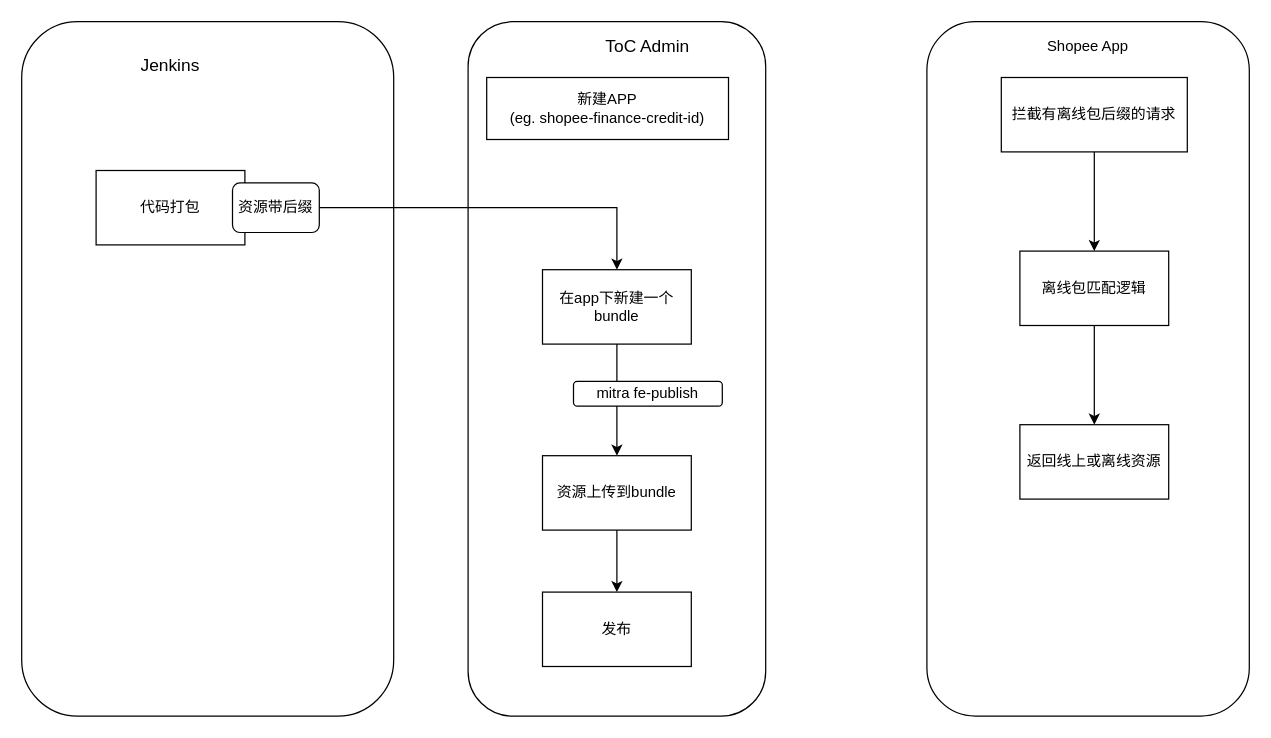
Earlier version of the draw.io diagram Untitled Diagram.drawio (landiy/ol_map_demo). Source tidied: cells renumbered, new cells numbered last; positions are measured from the earlier drawing's top-left corner, leaving out a move shared by most shapes. Both pictures are drawn from the tidied source at 124%, with x=0, y=0 at pixel (21, 21).
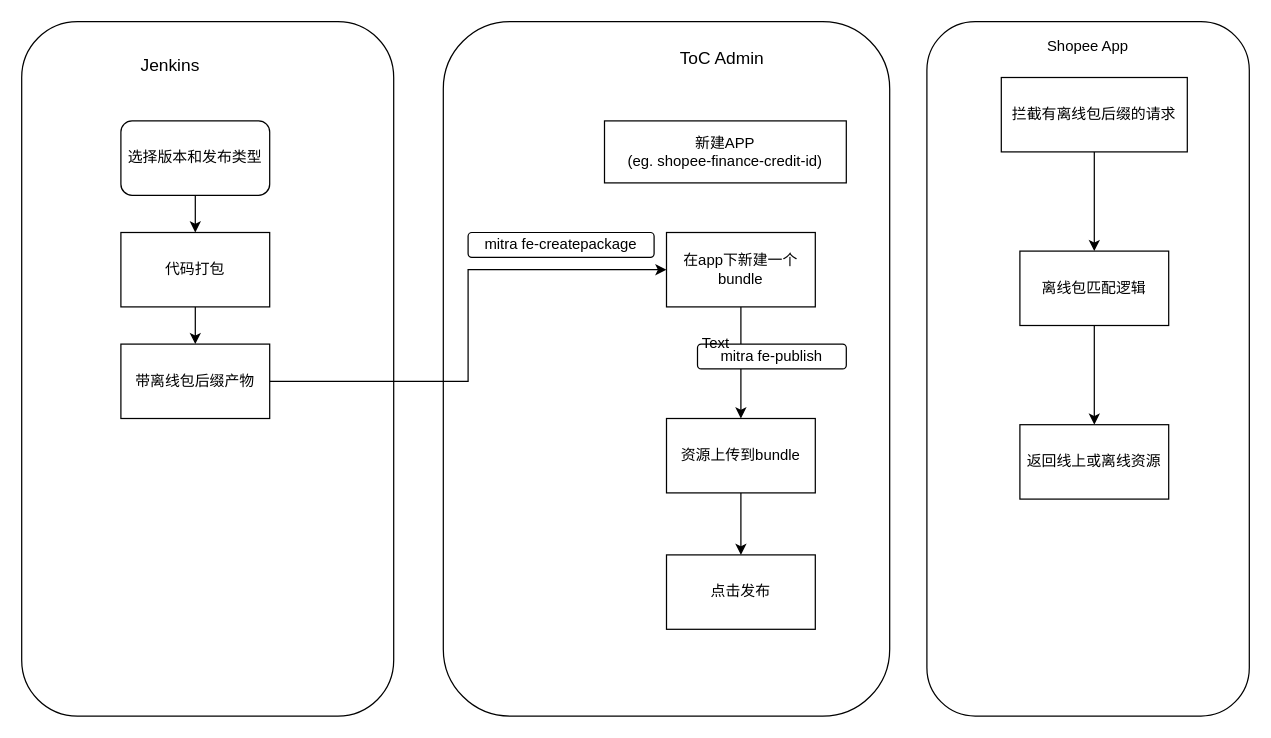
The same diagram, later.

Change to the diagram source:
```diff
@@
     <mxCell id="3" style="rounded=1;whiteSpace=wrap;html=1;" parent="1" vertex="1">
-      <mxGeometry x="360" width="240" height="560" as="geometry" />
+      <mxGeometry x="340" width="360" height="560" as="geometry" />
     </mxCell>
     <mxCell id="4" value="新建APP&lt;br&gt;(eg. shopee-finance-credit-id)" style="rounded=0;whiteSpace=wrap;html=1;" parent="1" vertex="1">
-      <mxGeometry x="375" y="45" width="195" height="50" as="geometry" />
+      <mxGeometry x="470" y="80" width="195" height="50" as="geometry" />
     </mxCell>
     <mxCell id="5" value="&lt;font style=&quot;font-size: 14px&quot;&gt;ToC Admin&lt;/font&gt;" style="text;html=1;strokeColor=none;fillColor=none;align=center;verticalAlign=middle;whiteSpace=wrap;rounded=0;" parent="1" vertex="1">
-      <mxGeometry x="430" y="10" width="150" height="20" as="geometry" />
+      <mxGeometry x="490" y="20" width="150" height="20" as="geometry" />
     </mxCell>
-    <mxCell id="6" style="edgeStyle=orthogonalEdgeStyle;rounded=0;jettySize=auto;html=1;" parent="1" edge="1" source="7" target="10">
+    <mxCell id="6" style="edgeStyle=orthogonalEdgeStyle;rounded=0;jettySize=auto;html=1;exitX=1;exitY=0.5;exitDx=0;exitDy=0;entryX=0;entryY=0.5;entryDx=0;entryDy=0;" parent="1" edge="1" source="27" target="10">
       <mxGeometry relative="1" as="geometry" />
     </mxCell>
+    <mxCell id="23" style="edgeStyle=orthogonalEdgeStyle;rounded=0;jettySize=auto;html=1;" parent="1" edge="1" source="7" target="27">
+      <mxGeometry relative="1" as="geometry" />
+    </mxCell>
     <mxCell id="7" value="代码打包" style="rounded=0;whiteSpace=wrap;html=1;" parent="1" vertex="1">
-      <mxGeometry x="60" y="120" width="120" height="60" as="geometry" />
+      <mxGeometry x="80" y="170" width="120" height="60" as="geometry" />
     </mxCell>
-    <mxCell id="8" value="资源带后缀" style="rounded=1;whiteSpace=wrap;html=1;" parent="1" vertex="1">
-      <mxGeometry x="170" y="130" width="70" height="40" as="geometry" />
-    </mxCell>
@@
     <mxCell id="10" value="在app下新建一个bundle" style="whiteSpace=wrap;html=1;rounded=0;" parent="1" vertex="1">
-      <mxGeometry x="420" y="200" width="120" height="60" as="geometry" />
+      <mxGeometry x="520" y="170" width="120" height="60" as="geometry" />
     </mxCell>
@@
     <mxCell id="12" value="资源上传到bundle" style="whiteSpace=wrap;html=1;rounded=0;" parent="1" vertex="1">
-      <mxGeometry x="420" y="350" width="120" height="60" as="geometry" />
+      <mxGeometry x="520" y="320" width="120" height="60" as="geometry" />
     </mxCell>
-    <mxCell id="13" value="发布" style="whiteSpace=wrap;html=1;rounded=0;" parent="1" vertex="1">
-      <mxGeometry x="420" y="460" width="120" height="60" as="geometry" />
+    <mxCell id="13" value="点击发布" style="whiteSpace=wrap;html=1;rounded=0;" parent="1" vertex="1">
+      <mxGeometry x="520" y="430" width="120" height="60" as="geometry" />
     </mxCell>
@@
     <mxCell id="22" value="mitra fe-publish" style="rounded=1;whiteSpace=wrap;html=1;" parent="1" vertex="1">
-      <mxGeometry x="445" y="290" width="120" height="20" as="geometry" />
+      <mxGeometry x="545" y="260" width="120" height="20" as="geometry" />
     </mxCell>
+    <mxCell id="24" value="mitra fe-createpackage" style="rounded=1;whiteSpace=wrap;html=1;" parent="1" vertex="1">
+      <mxGeometry x="360" y="170" width="150" height="20" as="geometry" />
+    </mxCell>
+    <mxCell id="25" style="edgeStyle=orthogonalEdgeStyle;rounded=0;jettySize=auto;html=1;" parent="1" edge="1" source="26" target="7">
+      <mxGeometry relative="1" as="geometry" />
+    </mxCell>
+    <mxCell id="26" value="选择版本和发布类型" style="rounded=1;whiteSpace=wrap;html=1;" parent="1" vertex="1">
+      <mxGeometry x="80" y="80" width="120" height="60" as="geometry" />
+    </mxCell>
+    <mxCell id="27" value="带离线包后缀产物" style="whiteSpace=wrap;html=1;rounded=0;" parent="1" vertex="1">
+      <mxGeometry x="80" y="260" width="120" height="60" as="geometry" />
+    </mxCell>
+    <mxCell id="28" value="Text" style="text;html=1;strokeColor=none;fillColor=none;align=center;verticalAlign=middle;whiteSpace=wrap;rounded=0;" parent="1" vertex="1">
+      <mxGeometry x="540" y="250" width="40" height="20" as="geometry" />
+    </mxCell>
```
